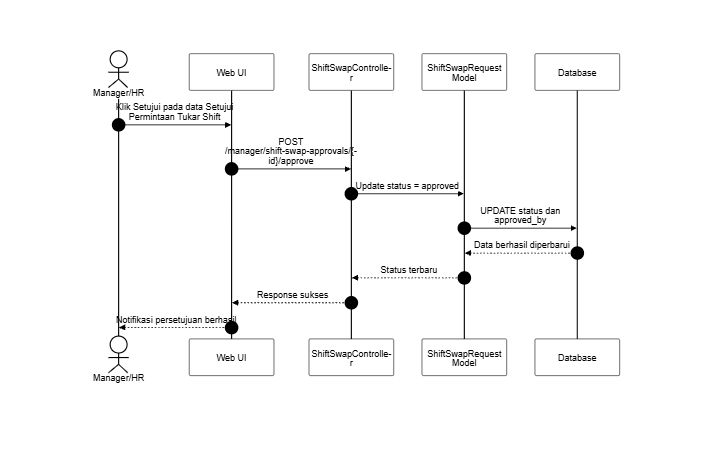
The Mermaid diagram docs/SequenceDiagram/PNG_Transparent/PersetujuanTukarShift-Setuju.png in SulaimanHafi23/SimpegRSHDI, before a commit. Its source is kept beside it as docs/SequenceDiagram/PersetujuanTukarShift-Setuju.mermaid. Source of this version:
```mermaid
%%{init: {"theme": "base", "themeVariables": {"background": "#dddddd", "primaryColor": "#ffffff", "primaryBorderColor": "#000000", "primaryTextColor": "#000000", "lineColor": "#000000", "textColor": "#000000", "actorBkg": "#ffffff", "actorBorder": "#000000", "actorTextColor": "#000000", "activationBkgColor": "#ffffff", "activationBorderColor": "#000000", "signalColor": "#000000", "signalTextColor": "#000000", "labelBoxBkgColor": "#ffffff", "labelBoxBorderColor": "#000000", "labelTextColor": "#000000", "sequenceNumberColor": "#000000", "noteBkgColor": "#ffffff", "noteBorderColor": "#000000", "noteTextColor": "#000000"}, "sequence": {"useMaxWidth": true, "wrap": true, "messageFontSize": 12, "noteFontSize": 12}}}%%
sequenceDiagram
    autonumber
    actor A as Manager/HR
    participant UI as Web UI
    participant C as ShiftSwapController
    participant M as ShiftSwapRequest Model
    participant DB as Database

    A->>UI: Klik Setujui pada data Setujui Permintaan Tukar Shift
    UI->>C: POST /manager/shift-swap-approvals/{id}/approve
    C->>M: Update status = approved
    M->>DB: UPDATE status dan approved_by
    DB-->>M: Data berhasil diperbarui
    M-->>C: Status terbaru
    C-->>UI: Response sukses
    UI-->>A: Notifikasi persetujuan berhasil
```
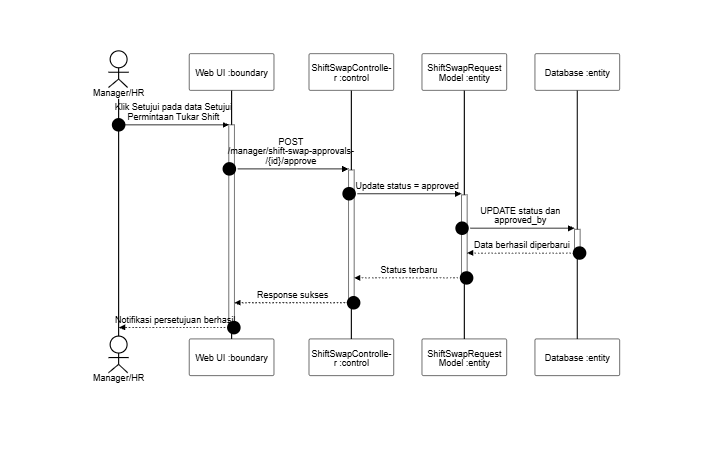
Above is the later version.

Change to the diagram source:
```diff
@@ -2,16 +2,16 @@
 sequenceDiagram
     autonumber
     actor A as Manager/HR
-    participant UI as Web UI
-    participant C as ShiftSwapController
-    participant M as ShiftSwapRequest Model
-    participant DB as Database
+    participant UI as Web UI :boundary
+    participant C as ShiftSwapController :control
+    participant M as ShiftSwapRequest Model :entity
+    participant DB as Database :entity
 
-    A->>UI: Klik Setujui pada data Setujui Permintaan Tukar Shift
-    UI->>C: POST /manager/shift-swap-approvals/{id}/approve
-    C->>M: Update status = approved
-    M->>DB: UPDATE status dan approved_by
-    DB-->>M: Data berhasil diperbarui
-    M-->>C: Status terbaru
-    C-->>UI: Response sukses
-    UI-->>A: Notifikasi persetujuan berhasil
+    A->>+UI: Klik Setujui pada data Setujui Permintaan Tukar Shift
+    UI->>+C: POST /manager/shift-swap-approvals/{id}/approve
+    C->>+M: Update status = approved
+    M->>+DB: UPDATE status dan approved_by
+    DB-->>-M: Data berhasil diperbarui
+    M-->>-C: Status terbaru
+    C-->>-UI: Response sukses
+    UI-->>-A: Notifikasi persetujuan berhasil
```
